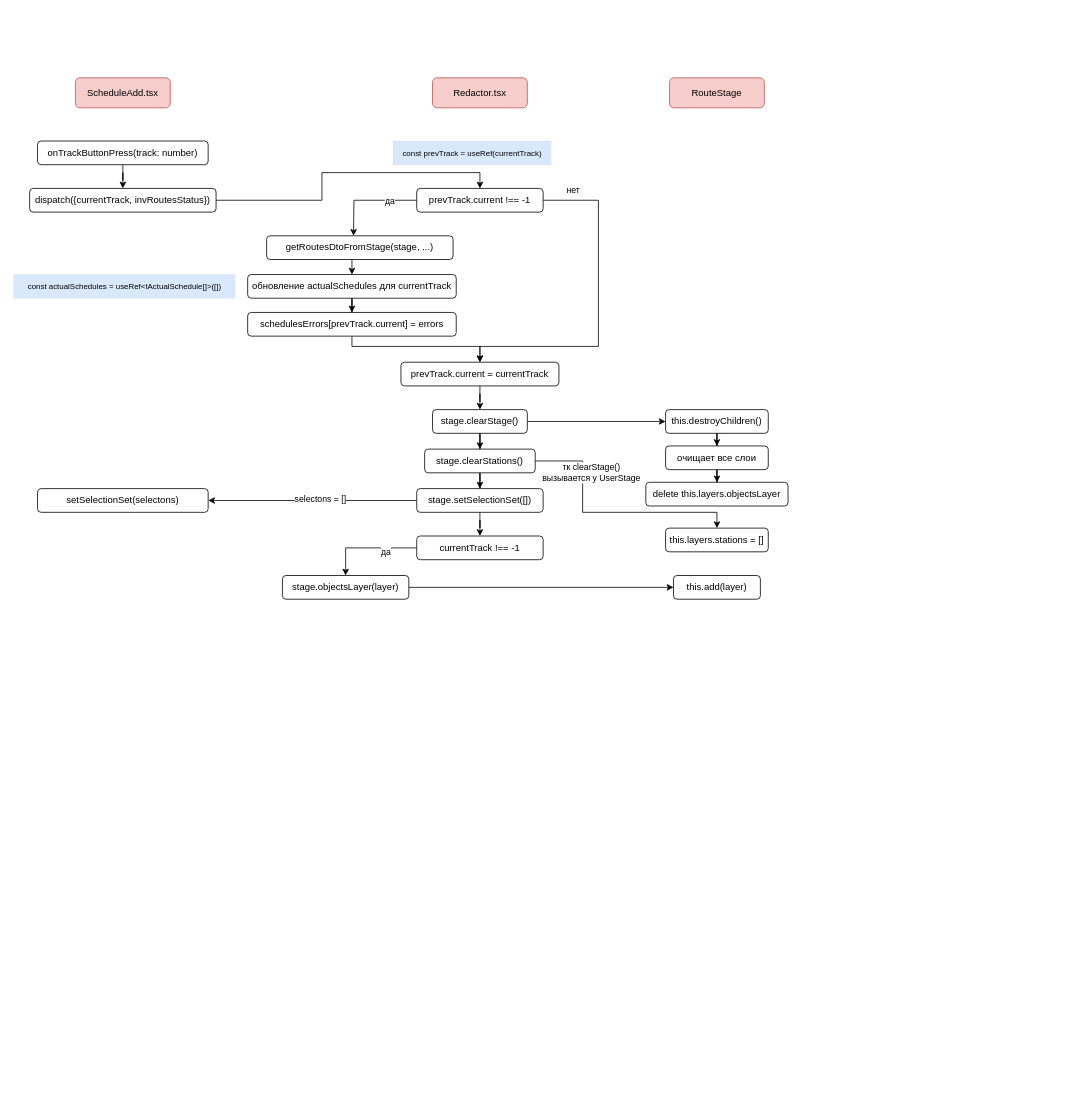
Above: page "Переключение на другой путь" (5 of 5) of График движения.drawio in orlov-oleg-developer/asuter-UML (draw.io), before the change. Source tidied: cells renumbered, new cells numbered last; positions are measured from the earlier drawing's top-left corner, leaving out a move shared by most shapes. Both pictures are drawn from the tidied source at 79%, with x=0, y=0 at pixel (13, 77).
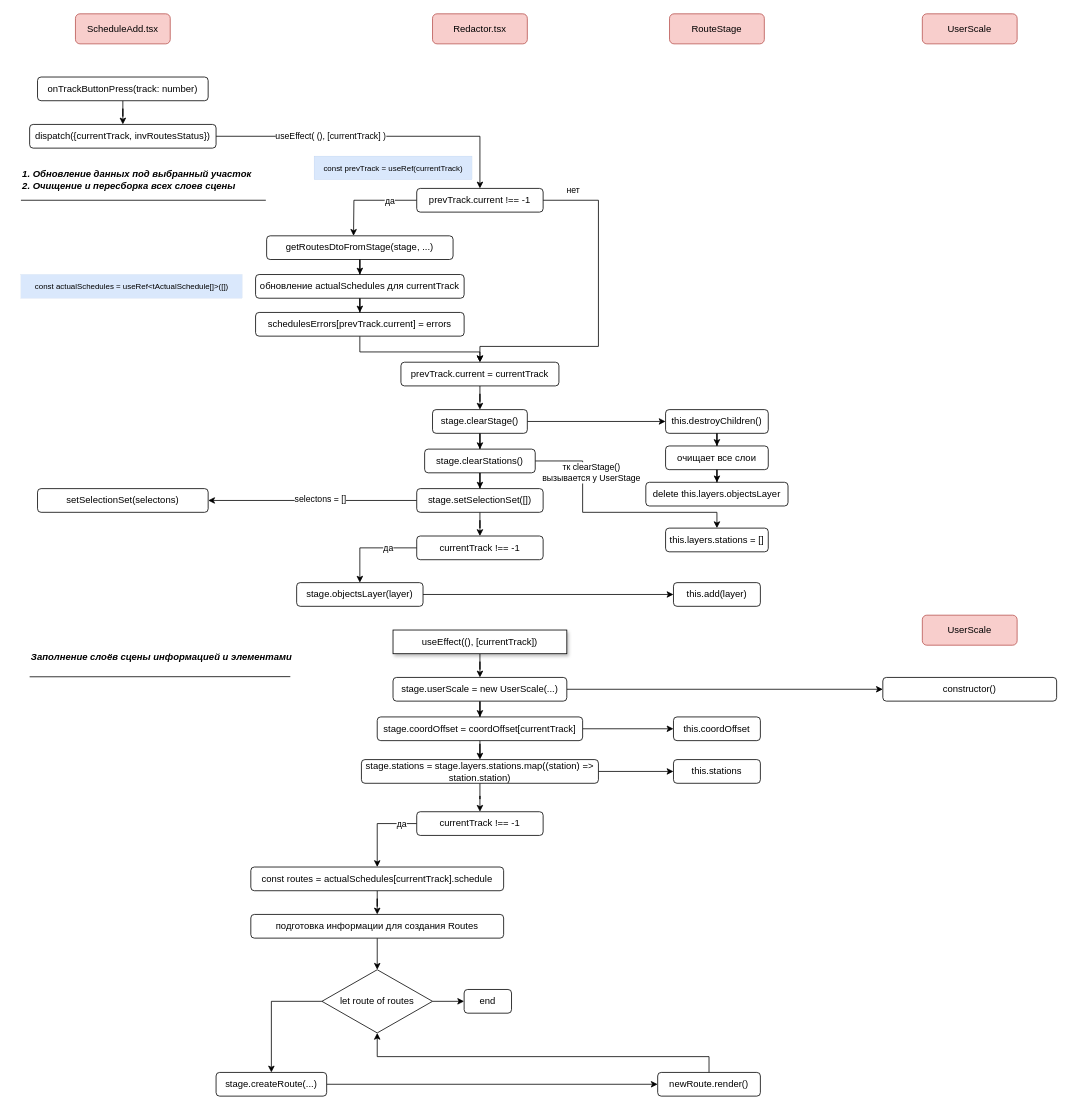
After the change.

Unchanged cells that the change refers to:
```xml
<mxCell id="14" value="prevTrack.current !== -1" style="rounded=1;whiteSpace=wrap;html=1;" parent="1" vertex="1">
  <mxGeometry x="510" y="140" width="160" height="30" as="geometry" />
</mxCell>
<mxCell id="16" value="getRoutesDtoFromStage(stage, ...)" style="rounded=1;whiteSpace=wrap;html=1;" parent="1" vertex="1">
  <mxGeometry x="320" y="200" width="236" height="30" as="geometry" />
</mxCell>
<mxCell id="22" value="&lt;div style=&quot;line-height: 19px;&quot;&gt;&lt;span style=&quot;background-color: rgb(255, 255, 255);&quot;&gt;prevTrack.current = currentTrack&lt;/span&gt;&lt;br&gt;&lt;/div&gt;" style="rounded=1;whiteSpace=wrap;html=1;" parent="1" vertex="1">
  <mxGeometry x="490" y="360" width="200" height="30" as="geometry" />
</mxCell>
<mxCell id="38" value="currentTrack&amp;nbsp;!== -1" style="rounded=1;whiteSpace=wrap;html=1;" parent="1" vertex="1">
  <mxGeometry x="510" y="580" width="160" height="30" as="geometry" />
</mxCell>
```

Diff of the diagram source:
```diff
@@
     <mxCell id="2" value="ScheduleAdd.tsx" style="rounded=1;whiteSpace=wrap;html=1;glass=0;fillColor=#f8cecc;strokeColor=#b85450;" parent="1" vertex="1">
-      <mxGeometry x="78" width="120" height="38" as="geometry" />
+      <mxGeometry x="78" y="-81" width="120" height="38" as="geometry" />
     </mxCell>
@@
     <mxCell id="4" value="onTrackButtonPress(track: number)" style="rounded=1;whiteSpace=wrap;html=1;" parent="1" vertex="1">
-      <mxGeometry x="30" y="80" width="216" height="30" as="geometry" />
+      <mxGeometry x="30" y="-1" width="216" height="30" as="geometry" />
     </mxCell>
     <mxCell id="5" value="Redactor.tsx" style="rounded=1;whiteSpace=wrap;html=1;glass=0;fillColor=#f8cecc;strokeColor=#b85450;" parent="1" vertex="1">
-      <mxGeometry x="530" width="120" height="38" as="geometry" />
+      <mxGeometry x="530" y="-81" width="120" height="38" as="geometry" />
     </mxCell>
     <mxCell id="6" value="RouteStage" style="rounded=1;whiteSpace=wrap;html=1;glass=0;fillColor=#f8cecc;strokeColor=#b85450;" parent="1" vertex="1">
-      <mxGeometry x="830" width="120" height="38" as="geometry" />
+      <mxGeometry x="830" y="-81" width="120" height="38" as="geometry" />
     </mxCell>
@@
     <mxCell id="8" style="edgeStyle=orthogonalEdgeStyle;rounded=0;jettySize=auto;html=1;entryX=0.5;entryY=0;entryDx=0;entryDy=0;" parent="1" edge="1" source="9" target="14">
       <mxGeometry relative="1" as="geometry">
         <Array as="points">
-          <mxPoint x="390" y="155" />
-          <mxPoint x="390" y="120" />
-          <mxPoint x="590" y="120" />
+          <mxPoint x="590" y="74" />
         </Array>
       </mxGeometry>
     </mxCell>
+    <mxCell id="49" value="useEffect( (), [currentTrack] )" style="edgeLabel;html=1;align=center;verticalAlign=middle;" parent="8" vertex="1">
+      <mxGeometry x="-0.28" y="-2" relative="1" as="geometry">
+        <mxPoint y="-3" as="offset" />
+      </mxGeometry>
+    </mxCell>
     <mxCell id="9" value="dispatch({currentTrack,&amp;nbsp;invRoutesStatus&lt;span style=&quot;background-color: initial;&quot;&gt;})&lt;/span&gt;" style="rounded=1;whiteSpace=wrap;html=1;" parent="1" vertex="1">
-      <mxGeometry x="20" y="140" width="236" height="30" as="geometry" />
+      <mxGeometry x="20" y="59" width="236" height="30" as="geometry" />
     </mxCell>
@@
     <mxCell id="15" style="edgeStyle=orthogonalEdgeStyle;rounded=0;jettySize=auto;html=1;entryX=0.5;entryY=0;entryDx=0;entryDy=0;" parent="1" edge="1" source="16" target="18">
-      <mxGeometry relative="1" as="geometry">
-        <Array as="points">
-          <mxPoint x="428" y="240" />
-          <mxPoint x="428" y="240" />
-        </Array>
-      </mxGeometry>
+      <mxGeometry relative="1" as="geometry" />
     </mxCell>
@@
     <mxCell id="18" value="обновление&amp;nbsp;actualSchedules для currentTrack" style="rounded=1;whiteSpace=wrap;html=1;" parent="1" vertex="1">
-      <mxGeometry x="296" y="249" width="264" height="30" as="geometry" />
+      <mxGeometry x="306" y="249" width="264" height="30" as="geometry" />
     </mxCell>
     <mxCell id="19" style="edgeStyle=orthogonalEdgeStyle;rounded=0;jettySize=auto;html=1;" parent="1" edge="1" source="20" target="22">
-      <mxGeometry relative="1" as="geometry">
-        <Array as="points">
-          <mxPoint x="428" y="340" />
-          <mxPoint x="590" y="340" />
-        </Array>
-      </mxGeometry>
+      <mxGeometry relative="1" as="geometry" />
     </mxCell>
     <mxCell id="20" value="schedulesErrors[prevTrack.current] = errors" style="rounded=1;whiteSpace=wrap;html=1;" parent="1" vertex="1">
-      <mxGeometry x="296" y="297" width="264" height="30" as="geometry" />
+      <mxGeometry x="306" y="297" width="264" height="30" as="geometry" />
     </mxCell>
@@
     <mxCell id="23" value="const prevTrack = useRef(currentTrack)" style="text;html=1;align=center;verticalAlign=middle;strokeColor=#6c8ebf;fillColor=#dae8fc;strokeWidth=0;fontSize=10;" parent="1" vertex="1">
-      <mxGeometry x="480" y="80" width="200" height="30" as="geometry" />
+      <mxGeometry x="380" y="99" width="200" height="30" as="geometry" />
     </mxCell>
     <mxCell id="24" value="const actualSchedules = useRef&amp;lt;tActualSchedule[]&amp;gt;([])" style="text;html=1;align=center;verticalAlign=middle;strokeColor=#6c8ebf;fillColor=#dae8fc;strokeWidth=0;fontSize=10;" parent="1" vertex="1">
-      <mxGeometry y="249" width="280" height="30" as="geometry" />
+      <mxGeometry x="9" y="249" width="280" height="30" as="geometry" />
     </mxCell>
@@
-    <mxCell id="36" style="edgeStyle=orthogonalEdgeStyle;rounded=0;jettySize=auto;html=1;entryX=0.5;entryY=0;entryDx=0;entryDy=0;" parent="1" edge="1" source="38" target="46">
+    <mxCell id="36" style="edgeStyle=orthogonalEdgeStyle;rounded=0;jettySize=auto;html=1;entryX=0.5;entryY=0;entryDx=0;entryDy=0;exitX=0;exitY=0.5;exitDx=0;exitDy=0;" parent="1" edge="1" source="38" target="46">
       <mxGeometry relative="1" as="geometry" />
     </mxCell>
     <mxCell id="37" value="да" style="edgeLabel;html=1;align=center;verticalAlign=middle;" parent="36" vertex="1">
-      <mxGeometry x="-0.36" y="4" relative="1" as="geometry" />
+      <mxGeometry x="-0.36" y="4" relative="1" as="geometry">
+        <mxPoint y="-4" as="offset" />
+      </mxGeometry>
     </mxCell>
@@
-    <mxCell id="45" style="edgeStyle=orthogonalEdgeStyle;rounded=0;jettySize=auto;html=1;entryX=0;entryY=0.5;entryDx=0;entryDy=0;" parent="1" edge="1" source="46" target="47">
+    <mxCell id="45" style="edgeStyle=orthogonalEdgeStyle;rounded=0;jettySize=auto;html=1;entryX=0;entryY=0.5;entryDx=0;entryDy=0;exitX=1;exitY=0.5;exitDx=0;exitDy=0;" parent="1" edge="1" source="46" target="47">
       <mxGeometry relative="1" as="geometry" />
     </mxCell>
     <mxCell id="46" value="stage.objectsLayer(layer)" style="rounded=1;whiteSpace=wrap;html=1;" parent="1" vertex="1">
-      <mxGeometry x="340" y="630" width="160" height="30" as="geometry" />
+      <mxGeometry x="358" y="639" width="160" height="30" as="geometry" />
     </mxCell>
     <mxCell id="47" value="&lt;div style=&quot;line-height: 19px;&quot;&gt;this.add(layer)&lt;br&gt;&lt;/div&gt;" style="rounded=1;whiteSpace=wrap;html=1;" parent="1" vertex="1">
-      <mxGeometry x="835" y="630" width="110" height="30" as="geometry" />
+      <mxGeometry x="835" y="639" width="110" height="30" as="geometry" />
     </mxCell>
@@
+    <mxCell id="50" style="edgeStyle=orthogonalEdgeStyle;rounded=0;jettySize=auto;html=1;entryX=0;entryY=0.5;entryDx=0;entryDy=0;" parent="1" edge="1" source="52" target="56">
+      <mxGeometry relative="1" as="geometry" />
+    </mxCell>
+    <mxCell id="51" style="edgeStyle=orthogonalEdgeStyle;rounded=0;jettySize=auto;html=1;entryX=0.5;entryY=0;entryDx=0;entryDy=0;" parent="1" edge="1" source="52" target="59">
+      <mxGeometry relative="1" as="geometry" />
+    </mxCell>
+    <mxCell id="52" value="stage.userScale = new UserScale(...)" style="rounded=1;whiteSpace=wrap;html=1;" parent="1" vertex="1">
+      <mxGeometry x="480" y="759" width="220" height="30" as="geometry" />
+    </mxCell>
+    <mxCell id="53" style="edgeStyle=orthogonalEdgeStyle;rounded=0;jettySize=auto;html=1;entryX=0.5;entryY=0;entryDx=0;entryDy=0;" parent="1" edge="1" source="54" target="52">
+      <mxGeometry relative="1" as="geometry" />
+    </mxCell>
+    <mxCell id="54" value="useEffect((), [currentTrack])" style="rounded=0;whiteSpace=wrap;html=1;glass=0;shadow=1;" parent="1" vertex="1">
+      <mxGeometry x="480" y="699" width="220" height="30" as="geometry" />
+    </mxCell>
+    <mxCell id="55" value="UserScale" style="rounded=1;whiteSpace=wrap;html=1;glass=0;fillColor=#f8cecc;strokeColor=#b85450;" parent="1" vertex="1">
+      <mxGeometry x="1150" y="-81" width="120" height="38" as="geometry" />
+    </mxCell>
+    <mxCell id="56" value="constructor()" style="rounded=1;whiteSpace=wrap;html=1;" parent="1" vertex="1">
+      <mxGeometry x="1100" y="759" width="220" height="30" as="geometry" />
+    </mxCell>
+    <mxCell id="57" style="edgeStyle=orthogonalEdgeStyle;rounded=0;jettySize=auto;html=1;entryX=0;entryY=0.5;entryDx=0;entryDy=0;" parent="1" edge="1" source="59" target="60">
+      <mxGeometry relative="1" as="geometry" />
+    </mxCell>
+    <mxCell id="58" style="edgeStyle=orthogonalEdgeStyle;rounded=0;jettySize=auto;html=1;entryX=0.5;entryY=0;entryDx=0;entryDy=0;" parent="1" edge="1" source="59" target="63">
+      <mxGeometry relative="1" as="geometry" />
+    </mxCell>
+    <mxCell id="59" value="stage.coordOffset = coordOffset[currentTrack]" style="rounded=1;whiteSpace=wrap;html=1;" parent="1" vertex="1">
+      <mxGeometry x="460" y="809" width="260" height="30" as="geometry" />
+    </mxCell>
+    <mxCell id="60" value="&lt;div style=&quot;line-height: 19px;&quot;&gt;this.coordOffset&lt;br&gt;&lt;/div&gt;" style="rounded=1;whiteSpace=wrap;html=1;" parent="1" vertex="1">
+      <mxGeometry x="835" y="809" width="110" height="30" as="geometry" />
+    </mxCell>
+    <mxCell id="61" style="edgeStyle=orthogonalEdgeStyle;rounded=0;jettySize=auto;html=1;entryX=0;entryY=0.5;entryDx=0;entryDy=0;" parent="1" edge="1" source="63" target="64">
+      <mxGeometry relative="1" as="geometry" />
+    </mxCell>
+    <mxCell id="62" style="edgeStyle=orthogonalEdgeStyle;rounded=0;jettySize=auto;html=1;" parent="1" edge="1" source="63" target="71">
+      <mxGeometry relative="1" as="geometry" />
+    </mxCell>
+    <mxCell id="63" value="stage.stations = stage.layers.stations.map((station) =&amp;gt; station.station)" style="rounded=1;whiteSpace=wrap;html=1;" parent="1" vertex="1">
+      <mxGeometry x="440" y="863" width="300" height="30" as="geometry" />
+    </mxCell>
+    <mxCell id="64" value="&lt;div style=&quot;line-height: 19px;&quot;&gt;this.stations&lt;br&gt;&lt;/div&gt;" style="rounded=1;whiteSpace=wrap;html=1;" parent="1" vertex="1">
+      <mxGeometry x="835" y="863" width="110" height="30" as="geometry" />
+    </mxCell>
+    <mxCell id="65" value="1. Обновление данных под выбранный участок&lt;br&gt;2. Очищение и пересборка всех слоев сцены" style="text;html=1;align=left;verticalAlign=middle;strokeColor=none;fillColor=none;fontStyle=3;" parent="1" vertex="1">
+      <mxGeometry x="9" y="109" width="310" height="40" as="geometry" />
+    </mxCell>
+    <mxCell id="66" style="endArrow=none;html=1;rounded=0;" parent="1" edge="1">
+      <mxGeometry relative="1" as="geometry">
+        <mxPoint x="9" y="155" as="sourcePoint" />
+        <mxPoint x="319" y="155" as="targetPoint" />
+      </mxGeometry>
+    </mxCell>
+    <mxCell id="67" value="Заполнение слоёв сцены информацией и элементами" style="text;html=1;align=left;verticalAlign=middle;strokeColor=none;fillColor=none;fontStyle=3;" parent="1" vertex="1">
+      <mxGeometry x="20" y="718.2" width="350" height="30" as="geometry" />
+    </mxCell>
+    <mxCell id="68" style="endArrow=none;html=1;rounded=0;" parent="1" edge="1">
+      <mxGeometry relative="1" as="geometry">
+        <mxPoint x="20" y="758.2" as="sourcePoint" />
+        <mxPoint x="350" y="758" as="targetPoint" />
+      </mxGeometry>
+    </mxCell>
+    <mxCell id="69" style="edgeStyle=orthogonalEdgeStyle;rounded=0;jettySize=auto;html=1;entryX=0.5;entryY=0;entryDx=0;entryDy=0;" parent="1" edge="1" source="71" target="73">
+      <mxGeometry relative="1" as="geometry">
+        <Array as="points">
+          <mxPoint x="460" y="944" />
+        </Array>
+      </mxGeometry>
+    </mxCell>
+    <mxCell id="70" value="да" style="edgeLabel;html=1;align=center;verticalAlign=middle;" parent="69" vertex="1">
+      <mxGeometry x="-0.49" y="4" relative="1" as="geometry">
+        <mxPoint x="7" y="-4" as="offset" />
+      </mxGeometry>
+    </mxCell>
+    <mxCell id="71" value="currentTrack&amp;nbsp;!== -1" style="rounded=1;whiteSpace=wrap;html=1;" parent="1" vertex="1">
+      <mxGeometry x="510" y="929" width="160" height="30" as="geometry" />
+    </mxCell>
+    <mxCell id="72" style="edgeStyle=orthogonalEdgeStyle;rounded=0;jettySize=auto;html=1;" parent="1" edge="1" source="73" target="75">
+      <mxGeometry relative="1" as="geometry" />
+    </mxCell>
+    <mxCell id="73" value="const routes = actualSchedules[currentTrack].schedule" style="rounded=1;whiteSpace=wrap;html=1;" parent="1" vertex="1">
+      <mxGeometry x="300" y="999" width="320" height="30" as="geometry" />
+    </mxCell>
+    <mxCell id="74" style="edgeStyle=orthogonalEdgeStyle;rounded=0;jettySize=auto;html=1;entryX=0.5;entryY=0;entryDx=0;entryDy=0;" parent="1" edge="1" source="75" target="82">
+      <mxGeometry relative="1" as="geometry" />
+    </mxCell>
+    <mxCell id="75" value="подготовка информации для создания Routes" style="rounded=1;whiteSpace=wrap;html=1;" parent="1" vertex="1">
+      <mxGeometry x="300" y="1059" width="320" height="30" as="geometry" />
+    </mxCell>
+    <mxCell id="76" style="edgeStyle=orthogonalEdgeStyle;rounded=0;jettySize=auto;html=1;entryX=0;entryY=0.5;entryDx=0;entryDy=0;" parent="1" edge="1" source="77" target="79">
+      <mxGeometry relative="1" as="geometry" />
+    </mxCell>
+    <mxCell id="77" value="stage.createRoute(...)" style="rounded=1;whiteSpace=wrap;html=1;" parent="1" vertex="1">
+      <mxGeometry x="256" y="1259" width="140" height="30" as="geometry" />
+    </mxCell>
+    <mxCell id="78" style="edgeStyle=orthogonalEdgeStyle;rounded=0;jettySize=auto;html=1;entryX=0.5;entryY=1;entryDx=0;entryDy=0;" parent="1" edge="1" source="79" target="82">
+      <mxGeometry relative="1" as="geometry">
+        <Array as="points">
+          <mxPoint x="880" y="1239" />
+          <mxPoint x="460" y="1239" />
+        </Array>
+      </mxGeometry>
+    </mxCell>
+    <mxCell id="79" value="&lt;div style=&quot;line-height: 19px;&quot;&gt;newRoute.render()&lt;br&gt;&lt;/div&gt;" style="rounded=1;whiteSpace=wrap;html=1;" parent="1" vertex="1">
+      <mxGeometry x="815" y="1259" width="130" height="30" as="geometry" />
+    </mxCell>
+    <mxCell id="80" style="edgeStyle=orthogonalEdgeStyle;rounded=0;jettySize=auto;html=1;entryX=0.5;entryY=0;entryDx=0;entryDy=0;exitX=0;exitY=0.5;exitDx=0;exitDy=0;" parent="1" edge="1" source="82" target="77">
+      <mxGeometry relative="1" as="geometry" />
+    </mxCell>
+    <mxCell id="81" style="edgeStyle=orthogonalEdgeStyle;rounded=0;jettySize=auto;html=1;entryX=0;entryY=0.5;entryDx=0;entryDy=0;" parent="1" edge="1" source="82" target="83">
+      <mxGeometry relative="1" as="geometry" />
+    </mxCell>
+    <mxCell id="82" value="let route of routes" style="rhombus;whiteSpace=wrap;html=1;" parent="1" vertex="1">
+      <mxGeometry x="390" y="1129" width="140" height="80" as="geometry" />
+    </mxCell>
+    <mxCell id="83" value="end" style="rounded=1;whiteSpace=wrap;html=1;" parent="1" vertex="1">
+      <mxGeometry x="570" y="1154" width="60" height="30" as="geometry" />
+    </mxCell>
+    <mxCell id="84" value="UserScale" style="rounded=1;whiteSpace=wrap;html=1;glass=0;fillColor=#f8cecc;strokeColor=#b85450;" parent="1" vertex="1">
+      <mxGeometry x="1150" y="680.2" width="120" height="38" as="geometry" />
+    </mxCell>
```
